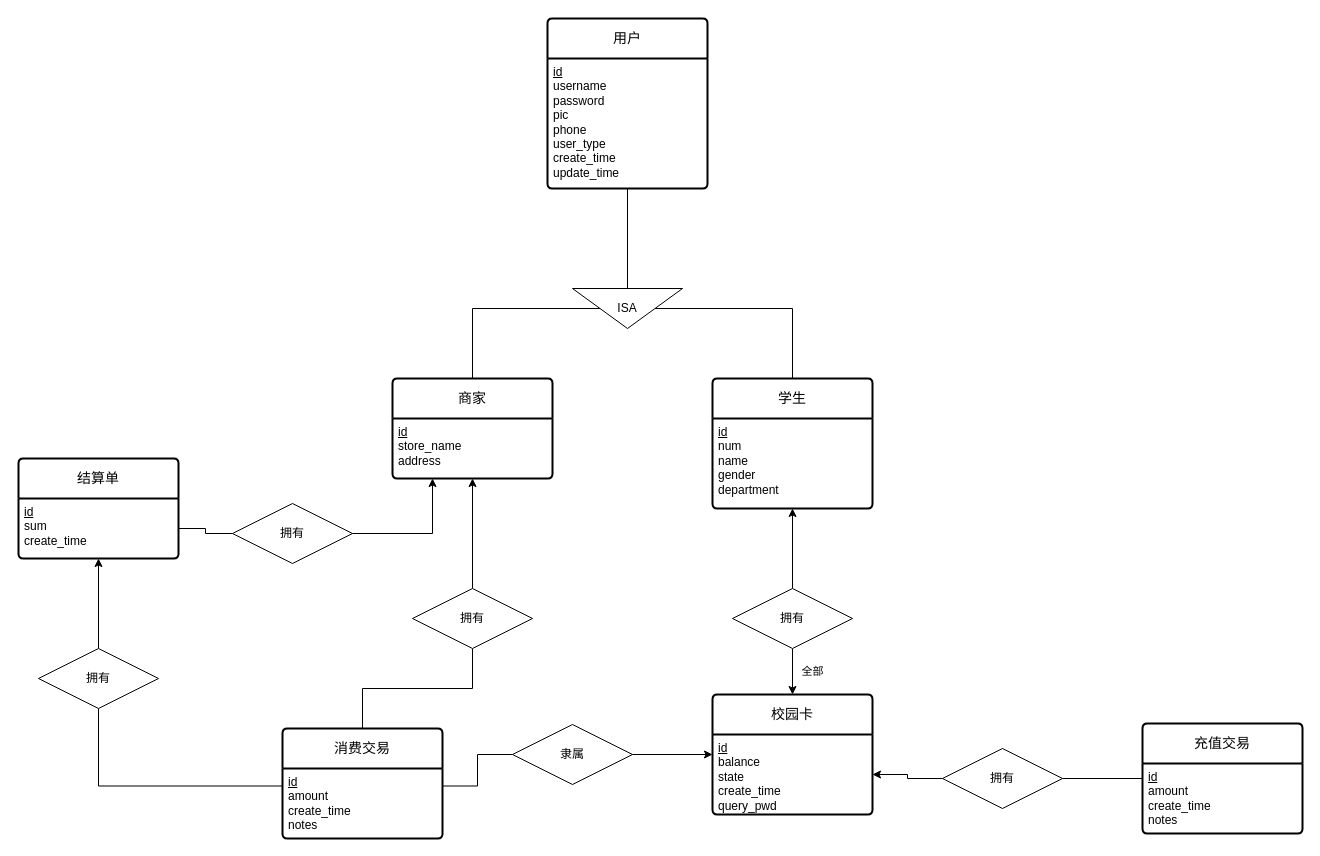
Above: ER-Charts/ER_CampusCard.drawio in ShiaoYoung/Database-course_design (draw.io), before the change. Source tidied: cells renumbered, new cells numbered last; positions are measured from the earlier drawing's top-left corner, leaving out a move shared by most shapes. Both pictures are drawn from the tidied source at 100%, with x=0, y=0 at pixel (18, 18).
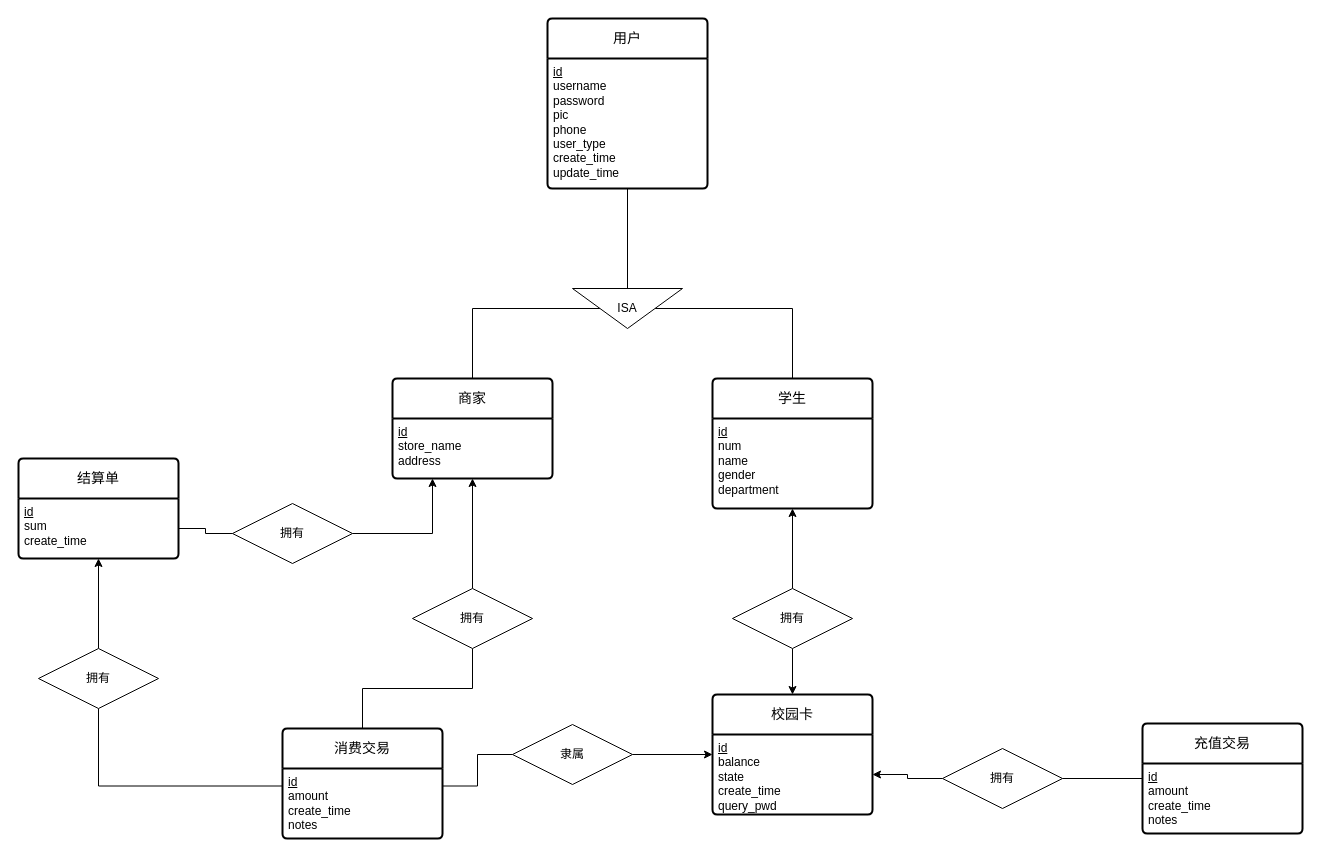
Above is the later version.

Unchanged cells that the change refers to:
```xml
<mxCell id="4" value="校园卡" style="swimlane;horizontal=1;startSize=40;rounded=1;fontSize=14;fontStyle=0;strokeWidth=2;shadow=0;dashed=0;align=center;arcSize=4;whiteSpace=wrap;html=1;" parent="1" vertex="1">
  <mxGeometry x="694" y="676" width="160" height="120" as="geometry" />
</mxCell>
<mxCell id="24" value="拥有" style="shape=rhombus;perimeter=rhombusPerimeter;whiteSpace=wrap;html=1;align=center;" parent="1" vertex="1">
  <mxGeometry x="714" y="570" width="120" height="60" as="geometry" />
</mxCell>
```

The edit, as a diff of the source:
```diff
@@
-    <mxCell id="23" value="全部" style="edgeStyle=orthogonalEdgeStyle;rounded=0;jettySize=auto;html=1;exitX=0.5;exitY=1;exitDx=0;exitDy=0;entryX=0.5;entryY=0;entryDx=0;entryDy=0;" parent="1" edge="1" source="24" target="4">
+    <mxCell id="23" style="edgeStyle=orthogonalEdgeStyle;rounded=0;jettySize=auto;html=1;exitX=0.5;exitY=1;exitDx=0;exitDy=0;entryX=0.5;entryY=0;entryDx=0;entryDy=0;" parent="1" edge="1" source="24" target="4">
       <mxGeometry y="20" relative="1" as="geometry" />
     </mxCell>
```
